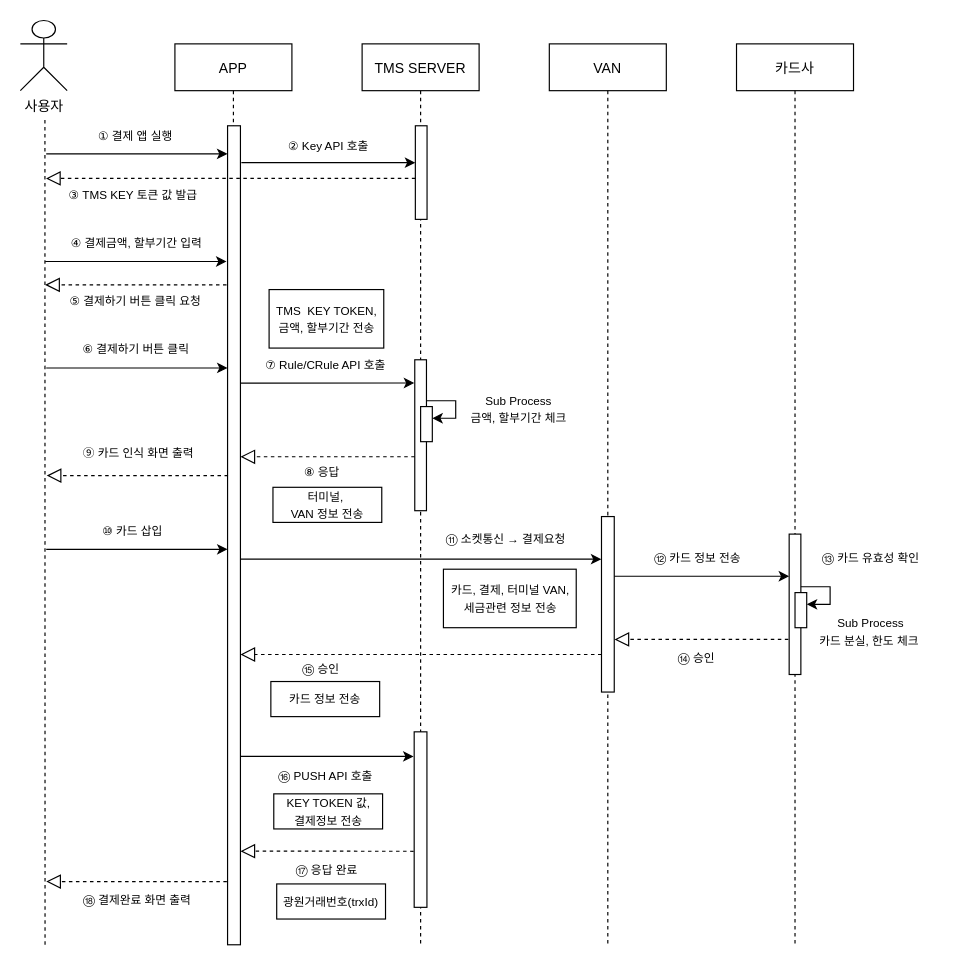
This is Draw/20201112seq.drawio from alsoscope/TIL, a draw.io file, before an edit. Source tidied: cells renumbered, new cells numbered last; positions are measured from the earlier drawing's top-left corner, leaving out a move shared by most shapes. Both pictures are drawn from the tidied source at 117%, with x=0, y=0 at pixel (20, 20).
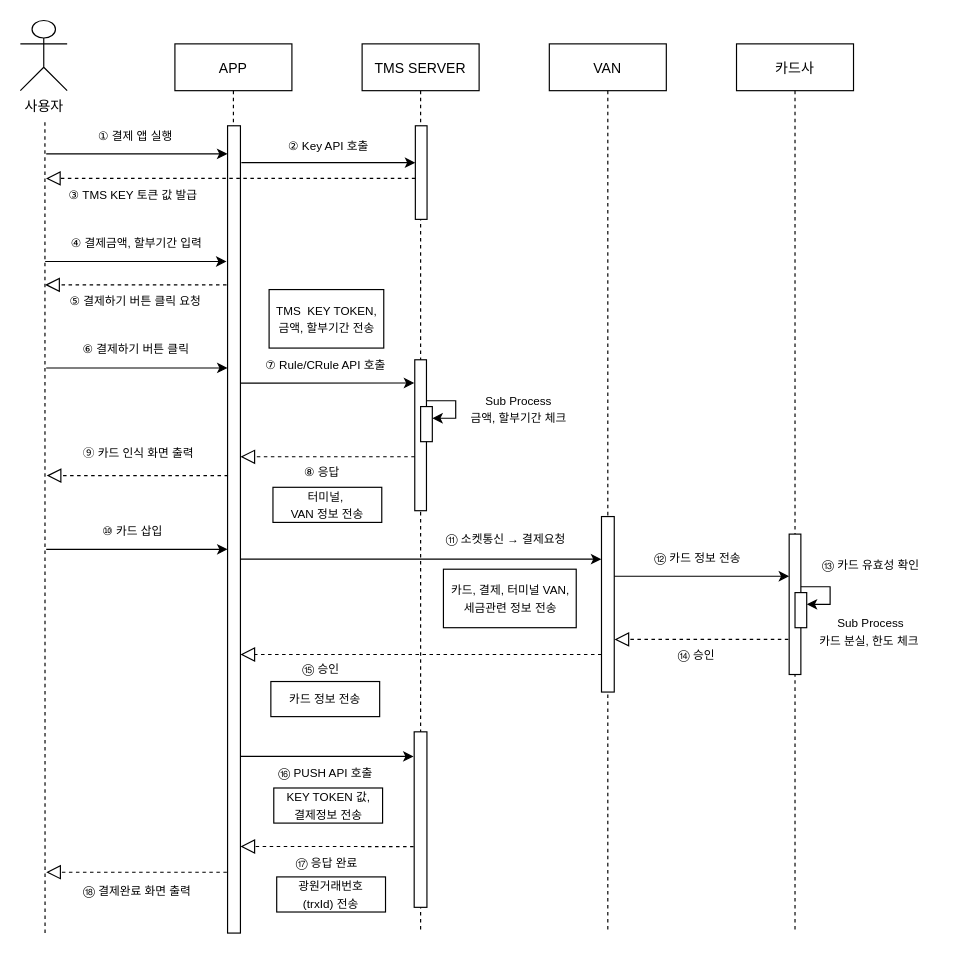
The same page after the edit.

The edit, as a diff of the source:
```diff
@@
     <mxCell id="2" value="APP" style="shape=umlLifeline;perimeter=lifelinePerimeter;rounded=0;shadow=0;strokeWidth=1;" parent="1" vertex="1">
-      <mxGeometry x="132" y="20" width="100" height="770" as="geometry" />
+      <mxGeometry x="132" y="20" width="100" height="760" as="geometry" />
     </mxCell>
     <mxCell id="3" style="perimeter=orthogonalPerimeter;rounded=0;shadow=0;strokeWidth=1;" parent="2" vertex="1">
-      <mxGeometry x="45" y="70" width="11" height="700" as="geometry" />
+      <mxGeometry x="45" y="70" width="11" height="690" as="geometry" />
     </mxCell>
     <mxCell id="4" value="VAN" style="shape=umlLifeline;perimeter=lifelinePerimeter;rounded=0;shadow=0;strokeWidth=1;" parent="1" vertex="1">
-      <mxGeometry x="452" y="20" width="100" height="770" as="geometry" />
+      <mxGeometry x="452" y="20" width="100" height="760" as="geometry" />
     </mxCell>
@@
     <mxCell id="6" value="TMS SERVER" style="shape=umlLifeline;perimeter=lifelinePerimeter;rounded=0;shadow=0;strokeWidth=1;size=40;" parent="1" vertex="1">
-      <mxGeometry x="292" y="20" width="100" height="770" as="geometry" />
+      <mxGeometry x="292" y="20" width="100" height="760" as="geometry" />
     </mxCell>
@@
     <mxCell id="12" value="카드사" style="shape=umlLifeline;perimeter=lifelinePerimeter;rounded=0;shadow=0;strokeWidth=1;" parent="1" vertex="1">
-      <mxGeometry x="612" y="20" width="100" height="770" as="geometry" />
+      <mxGeometry x="612" y="20" width="100" height="760" as="geometry" />
     </mxCell>
@@
     <mxCell id="34" value="&lt;font style=&quot;font-size: 10px&quot;&gt;&lt;span lang=&quot;EN-US&quot; style=&quot;line-height: 125% ; font-family: &amp;#34;맑은 고딕&amp;#34;&quot;&gt;⑬&lt;/span&gt;&amp;nbsp;카드 유효성 확인&lt;/font&gt;&lt;span style=&quot;font-size: 10px&quot;&gt;&lt;br&gt;&lt;/span&gt;" style="text;html=1;strokeColor=none;fillColor=none;align=center;verticalAlign=middle;whiteSpace=wrap;rounded=0;" parent="1" vertex="1">
-      <mxGeometry x="667" y="449" width="120" height="20" as="geometry" />
+      <mxGeometry x="667" y="455" width="120" height="20" as="geometry" />
     </mxCell>
     <mxCell id="35" value="&lt;font style=&quot;font-size: 10px&quot;&gt;&lt;span lang=&quot;EN-US&quot; style=&quot;line-height: 125% ; font-family: &amp;#34;맑은 고딕&amp;#34;&quot;&gt;⑭&lt;/span&gt;&amp;nbsp;승인&lt;/font&gt;" style="text;html=1;strokeColor=none;fillColor=none;align=center;verticalAlign=middle;whiteSpace=wrap;rounded=0;" parent="1" vertex="1">
-      <mxGeometry x="518" y="535" width="120" height="20" as="geometry" />
+      <mxGeometry x="518" y="532" width="120" height="20" as="geometry" />
     </mxCell>
@@
     <mxCell id="41" value="&lt;font style=&quot;font-size: 10px&quot;&gt;&lt;span lang=&quot;EN-US&quot; style=&quot;line-height: 125%&quot;&gt;⑯&lt;/span&gt;&amp;nbsp;PUSH API 호출&lt;/font&gt;" style="text;html=1;strokeColor=none;fillColor=none;align=center;verticalAlign=middle;whiteSpace=wrap;rounded=0;" parent="1" vertex="1">
-      <mxGeometry x="215.8" y="636" width="90" height="20" as="geometry" />
+      <mxGeometry x="215.8" y="633" width="90" height="20" as="geometry" />
     </mxCell>
     <mxCell id="42" value="&lt;font style=&quot;font-size: 10px&quot;&gt;&lt;span lang=&quot;EN-US&quot; style=&quot;line-height: 125%&quot;&gt;⑰&lt;/span&gt;&amp;nbsp;응답 완료&lt;/font&gt;" style="text;html=1;strokeColor=none;fillColor=none;align=center;verticalAlign=middle;whiteSpace=wrap;rounded=0;" parent="1" vertex="1">
-      <mxGeometry x="201.5" y="716" width="120" height="20" as="geometry" />
+      <mxGeometry x="201.5" y="710" width="120" height="20" as="geometry" />
     </mxCell>
     <mxCell id="43" style="startArrow=none;startFill=0;startSize=7;endArrow=block;endFill=0;endSize=10;dashed=1;html=1;exitX=-0.046;exitY=0.867;exitDx=0;exitDy=0;exitPerimeter=0;" parent="1" edge="1">
       <mxGeometry relative="1" as="geometry">
-        <mxPoint x="336" y="710.1" as="sourcePoint" />
-        <mxPoint x="188" y="710" as="targetPoint" />
+        <mxPoint x="336" y="706.1" as="sourcePoint" />
+        <mxPoint x="188" y="706" as="targetPoint" />
         <Array as="points">
-          <mxPoint x="264.3" y="710" />
+          <mxPoint x="264.3" y="706" />
         </Array>
       </mxGeometry>
     </mxCell>
-    <mxCell id="44" value="&lt;span style=&quot;font-size: 10px&quot;&gt;광원거래번호(trxId)&lt;br&gt;&lt;/span&gt;" style="rounded=0;whiteSpace=wrap;html=1;" parent="1" vertex="1">
-      <mxGeometry x="219" y="738" width="93" height="30" as="geometry" />
+    <mxCell id="44" value="&lt;span style=&quot;font-size: 10px&quot;&gt;광원거래번호&lt;br&gt;(trxId) 전송&lt;br&gt;&lt;/span&gt;" style="rounded=0;whiteSpace=wrap;html=1;" parent="1" vertex="1">
+      <mxGeometry x="219" y="732" width="93" height="30" as="geometry" />
     </mxCell>
     <mxCell id="45" value="&lt;font style=&quot;font-size: 10px&quot;&gt;&lt;span lang=&quot;EN-US&quot; style=&quot;line-height: 125%&quot;&gt;⑱&amp;nbsp;&lt;/span&gt;결제완료 화면 출력&lt;/font&gt;" style="text;html=1;strokeColor=none;fillColor=none;align=center;verticalAlign=middle;whiteSpace=wrap;rounded=0;" parent="1" vertex="1">
-      <mxGeometry x="39.9" y="742" width="120" height="20" as="geometry" />
+      <mxGeometry x="39.9" y="734" width="120" height="20" as="geometry" />
     </mxCell>
     <mxCell id="46" style="startArrow=none;startFill=0;startSize=7;endArrow=block;endFill=0;endSize=10;dashed=1;html=1;exitX=-0.046;exitY=0.867;exitDx=0;exitDy=0;exitPerimeter=0;" parent="1" edge="1">
       <mxGeometry relative="1" as="geometry">
-        <mxPoint x="176.4" y="736" as="sourcePoint" />
-        <mxPoint x="22" y="736" as="targetPoint" />
+        <mxPoint x="176.4" y="728" as="sourcePoint" />
+        <mxPoint x="22" y="728" as="targetPoint" />
         <Array as="points">
-          <mxPoint x="104.7" y="736" />
+          <mxPoint x="104.7" y="728" />
         </Array>
       </mxGeometry>
     </mxCell>
     <mxCell id="47" value="&lt;span style=&quot;font-size: 10px&quot;&gt;KEY TOKEN 값, &lt;br&gt;결제정보 전송&lt;/span&gt;&lt;span style=&quot;font-size: 10px&quot;&gt;&lt;br&gt;&lt;/span&gt;" style="rounded=0;whiteSpace=wrap;html=1;" parent="1" vertex="1">
-      <mxGeometry x="216.5" y="661" width="93" height="30" as="geometry" />
+      <mxGeometry x="216.5" y="656" width="93" height="30" as="geometry" />
     </mxCell>
@@
     <mxCell id="54" style="endArrow=none;dashed=1;html=1;" parent="1" edge="1">
       <mxGeometry relative="1" as="geometry">
-        <mxPoint x="21" y="790" as="sourcePoint" />
+        <mxPoint x="21" y="780" as="sourcePoint" />
         <mxPoint x="20.9" y="85" as="targetPoint" />
       </mxGeometry>
     </mxCell>
```
